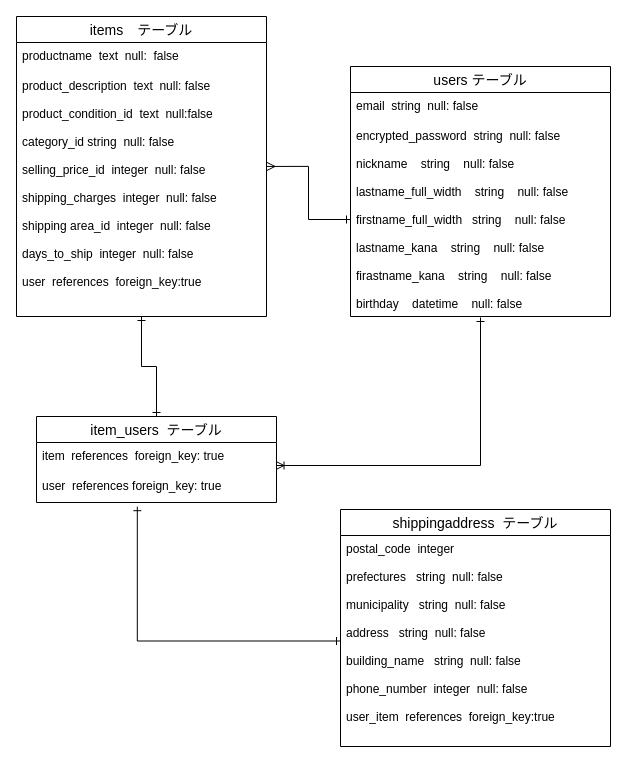
The draw.io diagram test.dio in hitosi0317/furima-32880, before the edit. Source tidied: cells renumbered, new cells numbered last; positions are measured from the earlier drawing's top-left corner, leaving out a move shared by most shapes. Both pictures are drawn from the tidied source at 100%, with x=0, y=0 at pixel (16, 16).
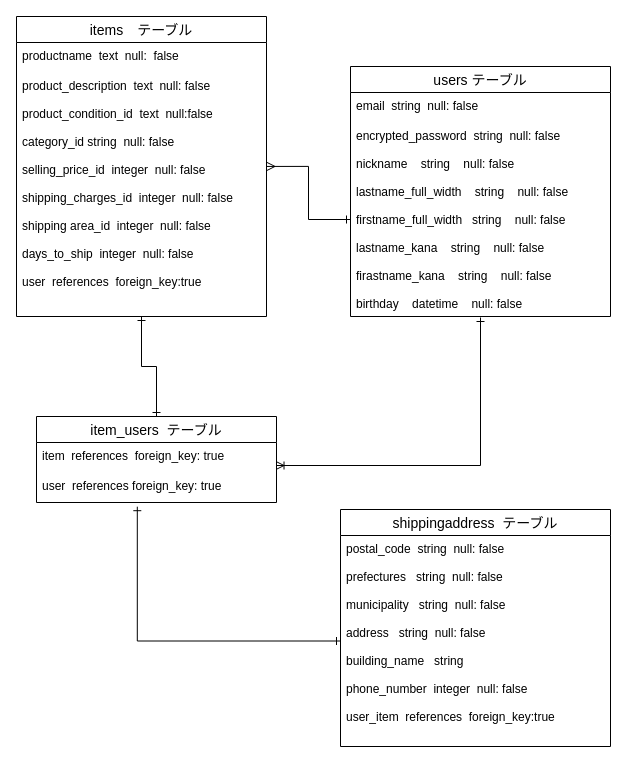
Above is the later version.

Commit message (it also covers changes not shown here):
データベース修正３

Unchanged cells that the change refers to:
```xml
<mxCell id="7" value="items　テーブル" style="swimlane;fontStyle=0;horizontal=1;startSize=26;align=center;fontSize=14;" parent="1" vertex="1">
  <mxGeometry width="250" height="300" as="geometry" />
</mxCell>
```

Diff of the diagram source:
```diff
@@
-    <mxCell id="10" value="product_description  text  null: false&#10;&#10;product_condition_id  text  null:false&#10;&#10;category_id string  null: false&#10;&#10;selling_price_id  integer  null: false&#10;&#10;shipping_charges  integer  null: false&#10;&#10;shipping area_id  integer  null: false&#10;&#10;days_to_ship  integer  null: false&#10;&#10;user  references  foreign_key:true" style="text;strokeColor=none;fillColor=none;spacingLeft=4;spacingRight=4;overflow=hidden;points=[[0,0.5],[1,0.5]];portConstraint=eastwest;fontSize=12;" parent="7" vertex="1">
+    <mxCell id="10" value="product_description  text  null: false&#10;&#10;product_condition_id  text  null:false&#10;&#10;category_id string  null: false&#10;&#10;selling_price_id  integer  null: false&#10;&#10;shipping_charges_id  integer  null: false&#10;&#10;shipping area_id  integer  null: false&#10;&#10;days_to_ship  integer  null: false&#10;&#10;user  references  foreign_key:true" style="text;strokeColor=none;fillColor=none;spacingLeft=4;spacingRight=4;overflow=hidden;points=[[0,0.5],[1,0.5]];portConstraint=eastwest;fontSize=12;" parent="7" vertex="1">
       <mxGeometry y="56" width="250" height="244" as="geometry" />
     </mxCell>
@@
-    <mxCell id="18" value="postal_code  integer  &#10;&#10;prefectures   string  null: false&#10;&#10;municipality   string  null: false&#10;&#10;address   string  null: false&#10;&#10;building_name   string  null: false&#10;&#10;phone_number  integer  null: false&#10;&#10;user_item  references  foreign_key:true&#10;" style="text;strokeColor=none;fillColor=none;spacingLeft=4;spacingRight=4;overflow=hidden;points=[[0,0.5],[1,0.5]];portConstraint=eastwest;fontSize=12;" parent="1" vertex="1">
+    <mxCell id="18" value="postal_code  string  null: false  &#10;&#10;prefectures   string  null: false&#10;&#10;municipality   string  null: false&#10;&#10;address   string  null: false&#10;&#10;building_name   string  &#10;&#10;phone_number  integer  null: false&#10;&#10;user_item  references  foreign_key:true&#10;" style="text;strokeColor=none;fillColor=none;spacingLeft=4;spacingRight=4;overflow=hidden;points=[[0,0.5],[1,0.5]];portConstraint=eastwest;fontSize=12;" parent="1" vertex="1">
       <mxGeometry x="324" y="519" width="270" height="211" as="geometry" />
     </mxCell>
```
